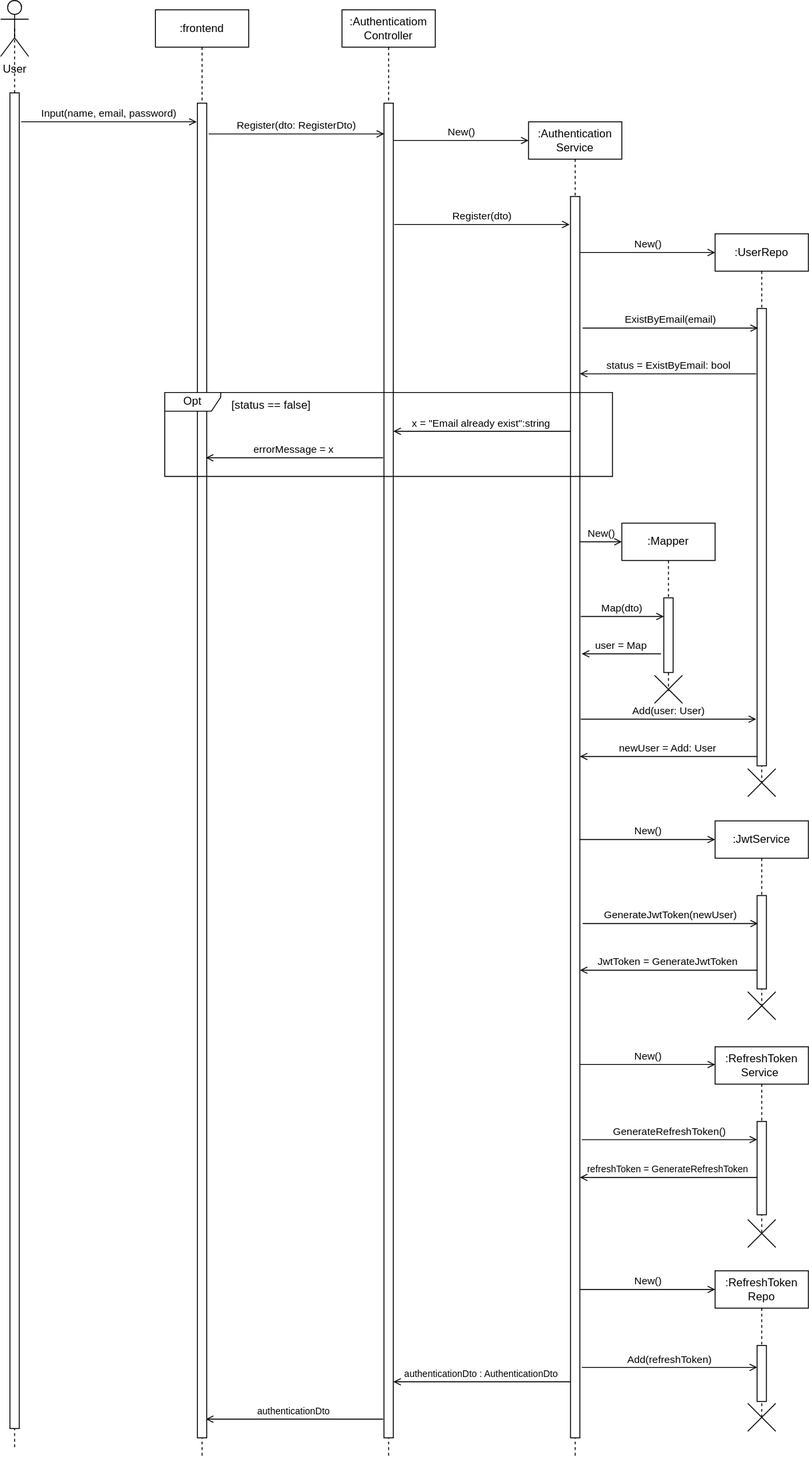
Earlier version of the draw.io export Diagram/Sequence/Register.svg (Davidemad24/WisdomSystem). Source tidied: cells renumbered, new cells last; positions are measured from the earlier drawing's top-left corner, leaving out a move shared by most shapes.
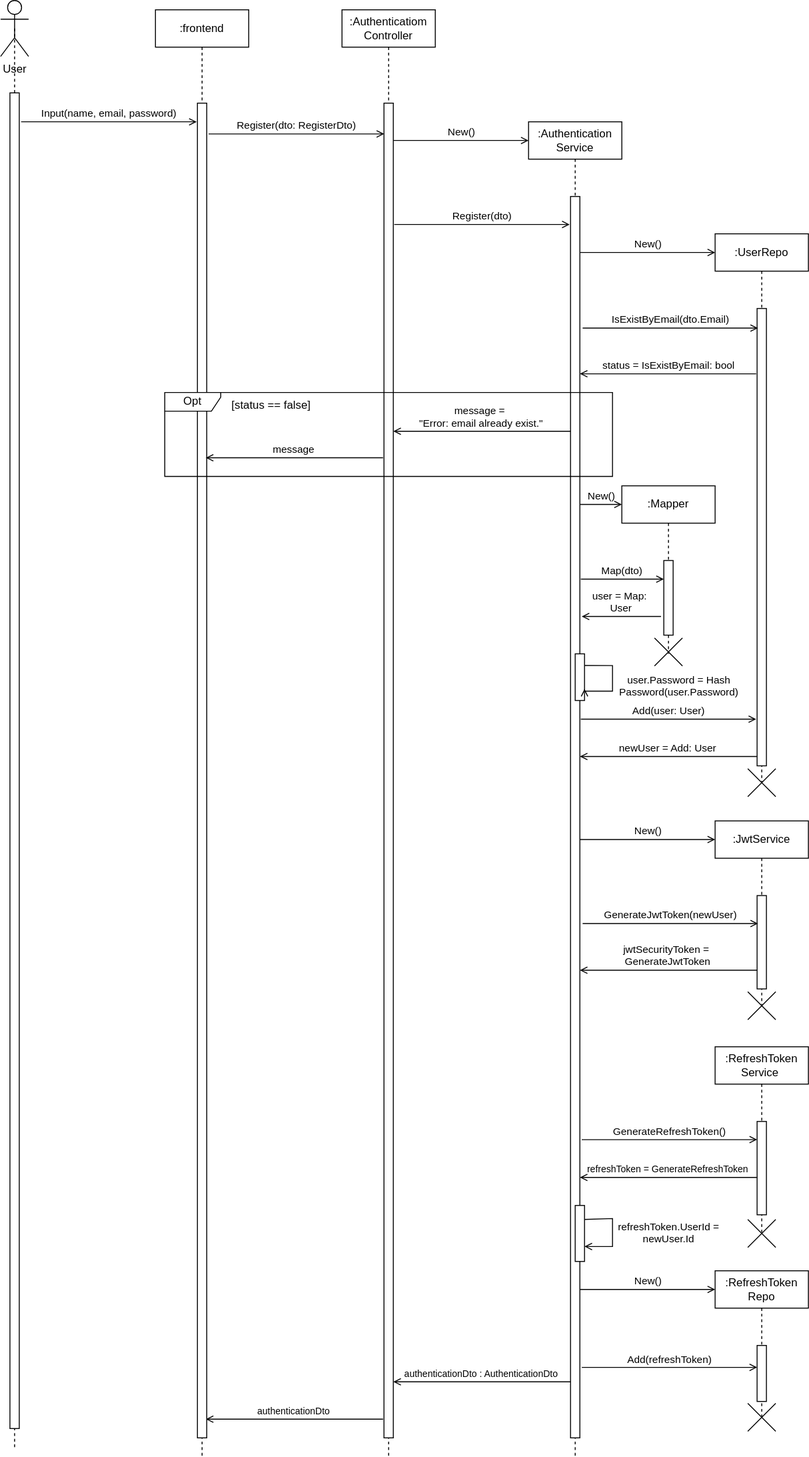
Later version of the same file.

What changed in the source:
```diff
@@ -63,13 +63,13 @@
         <mxPoint x="766" y="270" as="targetPoint" />
       </mxGeometry>
     </mxCell>
-    <mxCell id="18" value="ExistByEmail(email)" style="html=1;verticalAlign=bottom;labelBackgroundColor=none;endArrow=open;endFill=0;rounded=0;exitX=1.28;exitY=0.094;exitDx=0;exitDy=0;exitPerimeter=0;" parent="1" edge="1">
+    <mxCell id="18" value="IsExistByEmail(dto.Email)" style="html=1;verticalAlign=bottom;labelBackgroundColor=none;endArrow=open;endFill=0;rounded=0;exitX=1.28;exitY=0.094;exitDx=0;exitDy=0;exitPerimeter=0;" parent="1" edge="1">
       <mxGeometry relative="1" as="geometry">
         <mxPoint x="624" y="351" as="sourcePoint" />
         <mxPoint x="812" y="351" as="targetPoint" />
       </mxGeometry>
     </mxCell>
-    <mxCell id="19" value="status = ExistByEmail: bool" style="html=1;verticalAlign=bottom;labelBackgroundColor=none;endArrow=open;endFill=0;rounded=0;" parent="1" edge="1">
+    <mxCell id="19" value="status = IsExistByEmail: bool" style="html=1;verticalAlign=bottom;labelBackgroundColor=none;endArrow=open;endFill=0;rounded=0;" parent="1" edge="1">
       <mxGeometry relative="1" as="geometry">
         <mxPoint x="810" y="400" as="sourcePoint" />
         <mxPoint x="621" y="400" as="targetPoint" />
@@ -82,7 +82,7 @@
       </mxGeometry>
     </mxCell>
     <mxCell id="21" style="shape=umlDestroy;html=1;" parent="1" vertex="1">
-      <mxGeometry x="701" y="723" width="30" height="30" as="geometry" />
+      <mxGeometry x="701" y="683" width="30" height="30" as="geometry" />
     </mxCell>
     <mxCell id="22" value="New()" style="html=1;verticalAlign=bottom;labelBackgroundColor=none;endArrow=open;endFill=0;rounded=0;" parent="1" edge="1">
       <mxGeometry relative="1" as="geometry">
@@ -96,7 +96,7 @@
         <mxPoint x="812" y="989" as="targetPoint" />
       </mxGeometry>
     </mxCell>
-    <mxCell id="24" value="JwtToken = GenerateJwtToken" style="html=1;verticalAlign=bottom;labelBackgroundColor=none;endArrow=open;endFill=0;rounded=0;" parent="1" edge="1">
+    <mxCell id="24" value="jwtSecurityToken =&amp;nbsp;&lt;div&gt;GenerateJwtToken&lt;/div&gt;" style="html=1;verticalAlign=bottom;labelBackgroundColor=none;endArrow=open;endFill=0;rounded=0;" parent="1" edge="1">
       <mxGeometry relative="1" as="geometry">
         <mxPoint x="811" y="1039" as="sourcePoint" />
         <mxPoint x="621" y="1039" as="targetPoint" />
@@ -138,12 +138,6 @@
         <mxPoint x="811" y="1464.5" as="targetPoint" />
       </mxGeometry>
     </mxCell>
-    <mxCell id="34" value="New()" style="html=1;verticalAlign=bottom;labelBackgroundColor=none;endArrow=open;endFill=0;rounded=0;" parent="1" edge="1">
-      <mxGeometry relative="1" as="geometry">
-        <mxPoint x="621" y="1140" as="sourcePoint" />
-        <mxPoint x="766" y="1140" as="targetPoint" />
-      </mxGeometry>
-    </mxCell>
     <mxCell id="35" value="New()" style="html=1;verticalAlign=bottom;labelBackgroundColor=none;endArrow=open;endFill=0;rounded=0;" parent="1" edge="1">
       <mxGeometry relative="1" as="geometry">
         <mxPoint x="621" y="1381" as="sourcePoint" />
@@ -172,25 +166,26 @@
       </mxGeometry>
     </mxCell>
     <mxCell id="40" value=":Mapper" style="shape=umlLifeline;perimeter=lifelinePerimeter;whiteSpace=wrap;html=1;newEdgeStyle={&quot;edgeStyle&quot;:&quot;elbowEdgeStyle&quot;,&quot;elbow&quot;:&quot;vertical&quot;,&quot;curved&quot;:0,&quot;rounded&quot;:0};" parent="1" vertex="1">
-      <mxGeometry x="666" y="560" width="100" height="180" as="geometry" />
+      <mxGeometry x="666" y="520" width="100" height="180" as="geometry" />
     </mxCell>
     <mxCell id="41" style="html=1;points=[];perimeter=orthogonalPerimeter;outlineConnect=0;targetShapes=umlLifeline;portConstraint=eastwest;newEdgeStyle={&quot;edgeStyle&quot;:&quot;elbowEdgeStyle&quot;,&quot;elbow&quot;:&quot;vertical&quot;,&quot;curved&quot;:0,&quot;rounded&quot;:0};" parent="40" vertex="1">
       <mxGeometry x="45" y="80" width="10" height="80" as="geometry" />
     </mxCell>
-    <mxCell id="42" value="New()" style="html=1;verticalAlign=bottom;labelBackgroundColor=none;endArrow=open;endFill=0;rounded=0;" parent="1" edge="1" source="5">
+    <mxCell id="42" value="New()" style="html=1;verticalAlign=bottom;labelBackgroundColor=none;endArrow=open;endFill=0;rounded=0;" parent="1" edge="1">
       <mxGeometry relative="1" as="geometry">
-        <mxPoint x="666" y="580" as="targetPoint" />
+        <mxPoint x="621" y="540" as="sourcePoint" />
+        <mxPoint x="666" y="540" as="targetPoint" />
       </mxGeometry>
     </mxCell>
     <mxCell id="43" value="Map(dto)" style="html=1;verticalAlign=bottom;labelBackgroundColor=none;endArrow=open;endFill=0;rounded=0;exitX=1.28;exitY=0.094;exitDx=0;exitDy=0;exitPerimeter=0;" parent="1" edge="1" target="41">
       <mxGeometry relative="1" as="geometry">
-        <mxPoint x="622" y="660" as="sourcePoint" />
+        <mxPoint x="622" y="620" as="sourcePoint" />
       </mxGeometry>
     </mxCell>
-    <mxCell id="44" value="user = Map" style="html=1;verticalAlign=bottom;labelBackgroundColor=none;endArrow=open;endFill=0;rounded=0;" parent="1" edge="1">
+    <mxCell id="44" value="user = Map:&amp;nbsp;&lt;div&gt;User&lt;/div&gt;" style="html=1;verticalAlign=bottom;labelBackgroundColor=none;endArrow=open;endFill=0;rounded=0;" parent="1" edge="1">
       <mxGeometry relative="1" as="geometry">
-        <mxPoint x="708" y="700" as="sourcePoint" />
-        <mxPoint x="623" y="700" as="targetPoint" />
+        <mxPoint x="708" y="660" as="sourcePoint" />
+        <mxPoint x="623" y="660" as="targetPoint" />
       </mxGeometry>
     </mxCell>
     <mxCell id="45" style="shape=umlDestroy;html=1;" parent="1" vertex="1">
@@ -216,17 +211,43 @@
         <mxPoint x="70" as="offset" />
       </mxGeometry>
     </mxCell>
-    <mxCell id="51" value="x = &quot;Email already exist&quot;:string" style="html=1;verticalAlign=bottom;labelBackgroundColor=none;endArrow=open;endFill=0;rounded=0;" parent="49" edge="1">
+    <mxCell id="51" value="message =&amp;nbsp;&lt;div&gt;&quot;Error: email already exist.&quot;&lt;/div&gt;" style="html=1;verticalAlign=bottom;labelBackgroundColor=none;endArrow=open;endFill=0;rounded=0;" parent="49" edge="1">
       <mxGeometry relative="1" as="geometry">
         <mxPoint x="435" y="41.5" as="sourcePoint" />
         <mxPoint x="245" y="41.5" as="targetPoint" />
       </mxGeometry>
     </mxCell>
-    <mxCell id="52" value="errorMessage = x" style="html=1;verticalAlign=bottom;labelBackgroundColor=none;endArrow=open;endFill=0;rounded=0;" parent="49" edge="1">
+    <mxCell id="52" value="message" style="html=1;verticalAlign=bottom;labelBackgroundColor=none;endArrow=open;endFill=0;rounded=0;" parent="49" edge="1">
       <mxGeometry relative="1" as="geometry">
         <mxPoint x="234" y="70" as="sourcePoint" />
         <mxPoint x="44" y="70" as="targetPoint" />
       </mxGeometry>
     </mxCell>
+    <mxCell id="53" style="rounded=0;whiteSpace=wrap;html=1;" parent="1" vertex="1">
+      <mxGeometry x="616" y="700" width="10" height="50" as="geometry" />
+    </mxCell>
+    <mxCell id="54" value="user.Password =&amp;nbsp;&lt;span style=&quot;background-color: transparent; color: light-dark(rgb(0, 0, 0), rgb(255, 255, 255));&quot;&gt;Hash&lt;/span&gt;&lt;div&gt;&lt;span style=&quot;background-color: transparent; color: light-dark(rgb(0, 0, 0), rgb(255, 255, 255));&quot;&gt;Password&lt;/span&gt;&lt;span style=&quot;background-color: transparent; color: light-dark(rgb(0, 0, 0), rgb(255, 255, 255));&quot;&gt;(user.Password)&lt;/span&gt;&lt;/div&gt;" style="html=1;verticalAlign=bottom;labelBackgroundColor=none;endArrow=open;endFill=0;rounded=0;exitX=1;exitY=0.25;exitDx=0;exitDy=0;entryX=1;entryY=0.75;entryDx=0;entryDy=0;edgeStyle=orthogonalEdgeStyle;innerLoopWaypoints=1;" parent="1" edge="1" source="53" target="53">
+      <mxGeometry x="0.28" y="71" relative="1" as="geometry">
+        <Array as="points">
+          <mxPoint x="656" y="713" />
+          <mxPoint x="656" y="740" />
+          <mxPoint x="626" y="740" />
+        </Array>
+        <mxPoint x="71" y="-61" as="offset" />
+      </mxGeometry>
+    </mxCell>
+    <mxCell id="55" style="rounded=0;whiteSpace=wrap;html=1;" parent="1" vertex="1">
+      <mxGeometry x="616" y="1291" width="10" height="60" as="geometry" />
+    </mxCell>
+    <mxCell id="56" value="refreshToken.UserId =&lt;div&gt;newUser.Id&lt;/div&gt;" style="html=1;verticalAlign=bottom;labelBackgroundColor=none;endArrow=open;endFill=0;rounded=0;exitX=1;exitY=0.25;exitDx=0;exitDy=0;entryX=1;entryY=0.75;entryDx=0;entryDy=0;edgeStyle=orthogonalEdgeStyle;innerLoopWaypoints=1;" parent="1" edge="1" source="55" target="55">
+      <mxGeometry x="0.32" y="60" relative="1" as="geometry">
+        <Array as="points">
+          <mxPoint x="656" y="1305" />
+          <mxPoint x="656" y="1335" />
+          <mxPoint x="626" y="1335" />
+        </Array>
+        <mxPoint x="60" y="-59" as="offset" />
+      </mxGeometry>
+    </mxCell>
   </root>
 </mxGraphModel>
```
